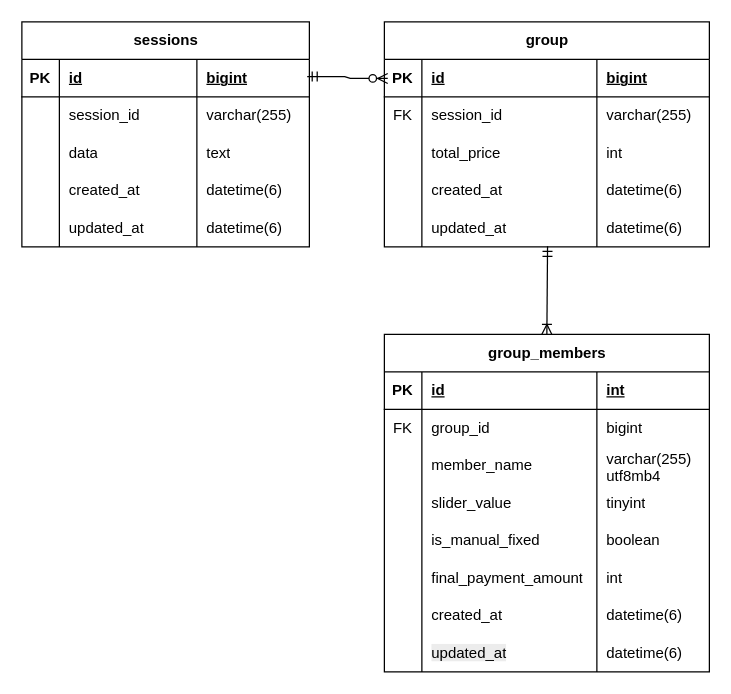
Above: document/design_sources/entity_relationship_diagram.drawio in nissi1278/Compatch (draw.io), before the change. Source tidied: cells renumbered, new cells numbered last; positions are measured from the earlier drawing's top-left corner, leaving out a move shared by most shapes. Both pictures are drawn from the tidied source at 125%, with x=0, y=0 at pixel (21, 21).
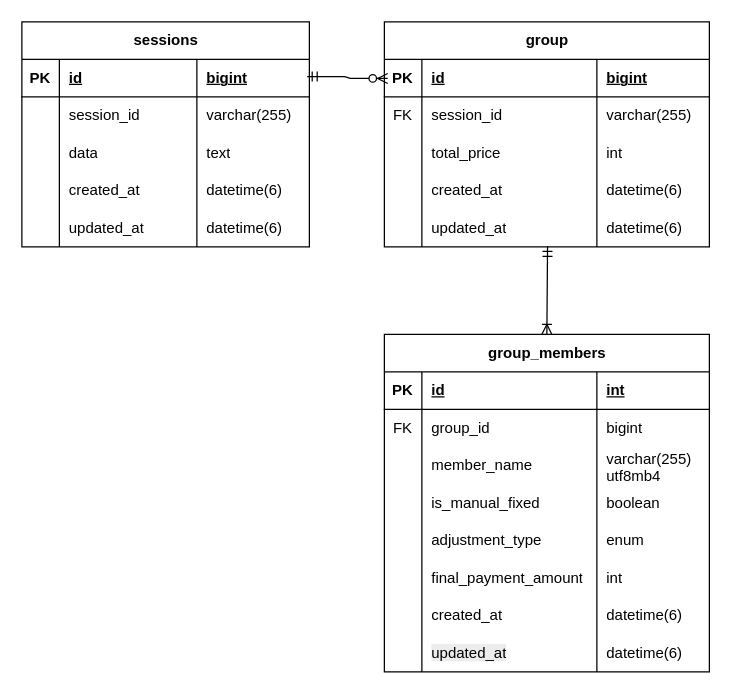
The same diagram, later.

Commit message (it also covers changes not shown here):
doc: ER図のgroup_memberに金額調整タイプを追加

Unchanged cells that the change refers to:
```xml
<mxCell id="44" value="&lt;span style=&quot;text-align: left; text-wrap-mode: wrap;&quot;&gt;group_members&lt;/span&gt;" style="shape=table;startSize=30;childLayout=tableLayout;rowLines=0;fontStyle=1;align=center;html=1;" parent="1" vertex="1">
  <mxGeometry x="290" y="250" width="260" height="270" as="geometry" />
</mxCell>
```

The edit, as a diff of the source:
```diff
@@
-    <mxCell id="57" style="shape=tableRow;horizontal=0;startSize=0;swimlaneHead=0;swimlaneBody=0;fillColor=none;top=0;left=0;right=0;bottom=0;perimeterSpacing=6;" parent="44" vertex="1">
-      <mxGeometry y="120" width="260" height="30" as="geometry" />
-    </mxCell>
-    <mxCell id="58" style="shape=partialRectangle;fillColor=none;top=0;left=0;bottom=0;right=0;overflow=hidden;whiteSpace=wrap;html=1;perimeterSpacing=6;" parent="57" vertex="1">
-      <mxGeometry width="30" height="30" as="geometry" />
-    </mxCell>
-    <mxCell id="59" value="slider_value" style="shape=partialRectangle;fillColor=none;top=0;left=0;bottom=0;right=0;align=left;spacingLeft=6;overflow=hidden;whiteSpace=wrap;html=1;perimeterSpacing=6;" parent="57" vertex="1">
-      <mxGeometry x="30" width="140" height="30" as="geometry" />
-    </mxCell>
-    <mxCell id="60" value="tinyint" style="shape=partialRectangle;fillColor=none;top=0;left=0;bottom=0;right=0;align=left;spacingLeft=6;overflow=hidden;whiteSpace=wrap;html=1;perimeterSpacing=6;" parent="57" vertex="1">
-      <mxGeometry x="170" width="90" height="30" as="geometry" />
-    </mxCell>
     <mxCell id="61" style="shape=tableRow;horizontal=0;startSize=0;swimlaneHead=0;swimlaneBody=0;fillColor=none;top=0;left=0;right=0;bottom=0;perimeterSpacing=6;" parent="44" vertex="1">
-      <mxGeometry y="150" width="260" height="30" as="geometry" />
+      <mxGeometry y="120" width="260" height="30" as="geometry" />
     </mxCell>
@@
+    <mxCell id="79" style="shape=tableRow;horizontal=0;startSize=0;swimlaneHead=0;swimlaneBody=0;fillColor=none;top=0;left=0;right=0;bottom=0;perimeterSpacing=6;" parent="44" vertex="1">
+      <mxGeometry y="150" width="260" height="30" as="geometry" />
+    </mxCell>
+    <mxCell id="58" style="shape=partialRectangle;fillColor=none;top=0;left=0;bottom=0;right=0;overflow=hidden;whiteSpace=wrap;html=1;perimeterSpacing=6;" parent="79" vertex="1">
+      <mxGeometry width="30" height="30" as="geometry" />
+    </mxCell>
+    <mxCell id="80" value="adjustment_type" style="shape=partialRectangle;fillColor=none;top=0;left=0;bottom=0;right=0;align=left;spacingLeft=6;overflow=hidden;whiteSpace=wrap;html=1;perimeterSpacing=6;" parent="79" vertex="1">
+      <mxGeometry x="30" width="140" height="30" as="geometry" />
+    </mxCell>
+    <mxCell id="81" value="enum" style="shape=partialRectangle;fillColor=none;top=0;left=0;bottom=0;right=0;align=left;spacingLeft=6;overflow=hidden;whiteSpace=wrap;html=1;perimeterSpacing=6;" parent="79" vertex="1">
+      <mxGeometry x="170" width="90" height="30" as="geometry" />
+    </mxCell>
```
